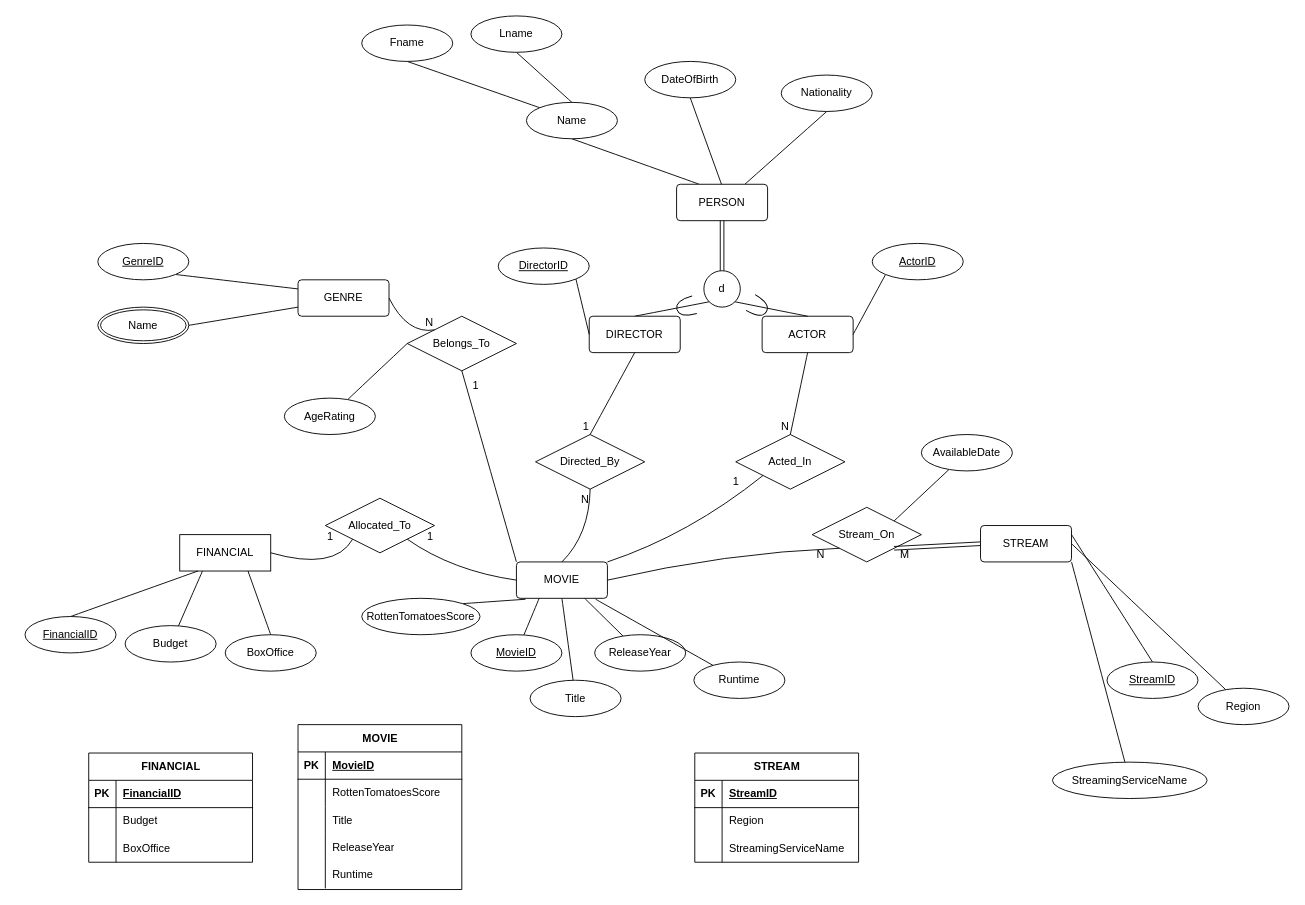
Before: MovieBaseEER.drawio in miguelTrC/MovieBaseDB, a draw.io diagram. Source tidied: cells renumbered, new cells numbered last; positions are measured from the earlier drawing's top-left corner, leaving out a move shared by most shapes. Both pictures are drawn from the tidied source at 91%, with x=0, y=0 at pixel (25, 15).
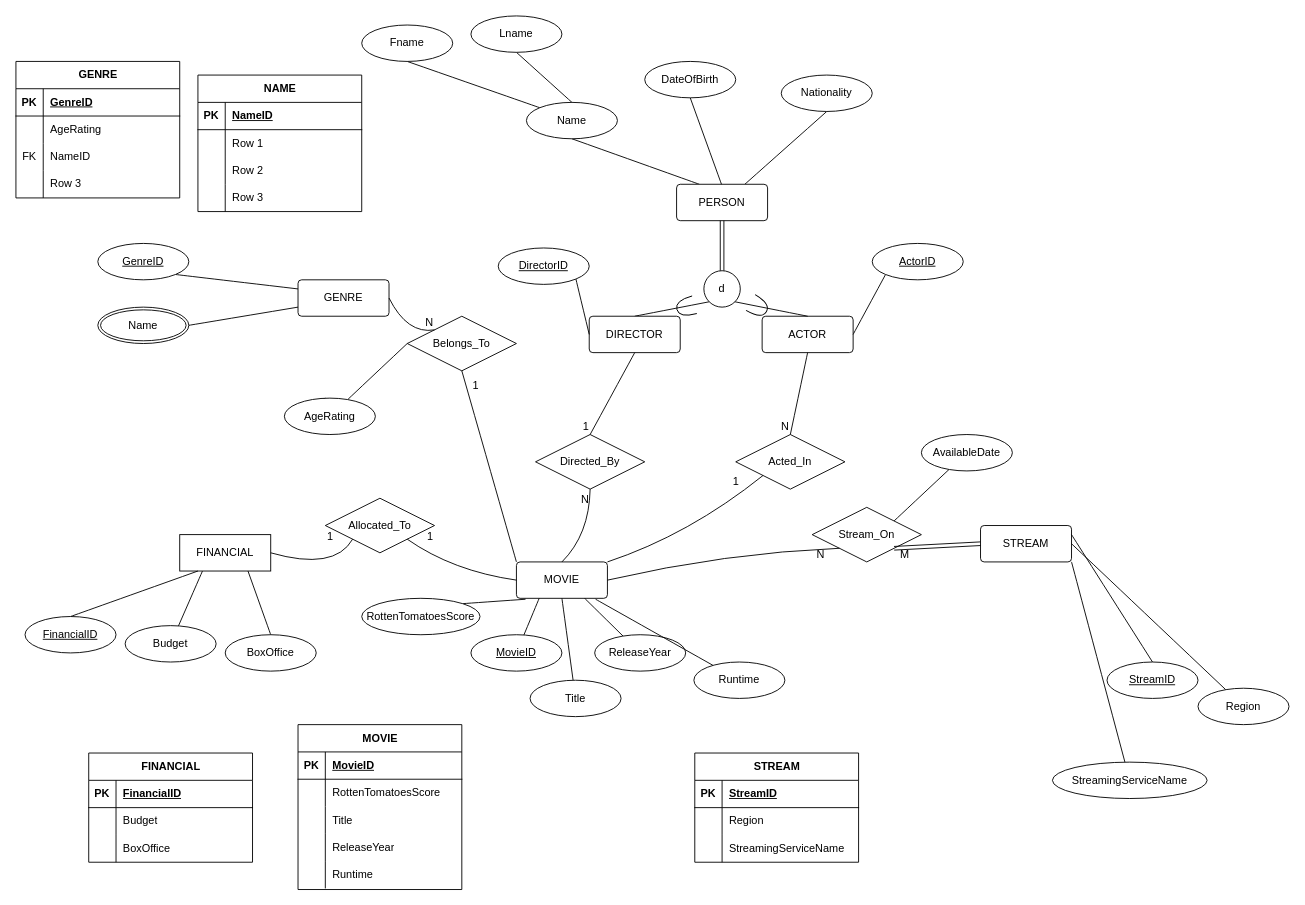
The same page after the edit.

Commit message:
Working on relational table

Change to the diagram source:
```diff
@@
+    <mxCell id="122" value="GENRE" style="shape=table;startSize=30;childLayout=tableLayout;rowLines=0;fontStyle=1;align=center;html=1;" parent="1" vertex="1">
+      <mxGeometry x="-10" y="50" width="180" height="150" as="geometry" />
+    </mxCell>
+    <mxCell id="123" style="shape=tableRow;horizontal=0;startSize=0;swimlaneHead=0;swimlaneBody=0;fillColor=none;top=0;left=0;right=0;bottom=1;" parent="122" vertex="1">
+      <mxGeometry y="30" width="180" height="30" as="geometry" />
+    </mxCell>
+    <mxCell id="124" value="PK" style="shape=partialRectangle;fillColor=none;top=0;left=0;bottom=0;right=0;fontStyle=1;overflow=hidden;whiteSpace=wrap;html=1;" parent="123" vertex="1">
+      <mxGeometry width="30" height="30" as="geometry" />
+    </mxCell>
+    <mxCell id="125" value="GenreID" style="shape=partialRectangle;fillColor=none;top=0;left=0;bottom=0;right=0;align=left;spacingLeft=6;fontStyle=5;overflow=hidden;whiteSpace=wrap;html=1;" parent="123" vertex="1">
+      <mxGeometry x="30" width="150" height="30" as="geometry" />
+    </mxCell>
+    <mxCell id="126" style="shape=tableRow;horizontal=0;startSize=0;swimlaneHead=0;swimlaneBody=0;fillColor=none;top=0;left=0;right=0;bottom=0;" parent="122" vertex="1">
+      <mxGeometry y="60" width="180" height="30" as="geometry" />
+    </mxCell>
+    <mxCell id="127" style="shape=partialRectangle;fillColor=none;top=0;left=0;bottom=0;right=0;overflow=hidden;whiteSpace=wrap;html=1;" parent="126" vertex="1">
+      <mxGeometry width="30" height="30" as="geometry" />
+    </mxCell>
+    <mxCell id="128" value="AgeRating" style="shape=partialRectangle;fillColor=none;top=0;left=0;bottom=0;right=0;align=left;spacingLeft=6;overflow=hidden;whiteSpace=wrap;html=1;" parent="126" vertex="1">
+      <mxGeometry x="30" width="150" height="30" as="geometry" />
+    </mxCell>
+    <mxCell id="129" style="shape=tableRow;horizontal=0;startSize=0;swimlaneHead=0;swimlaneBody=0;fillColor=none;top=0;left=0;right=0;bottom=0;" parent="122" vertex="1">
+      <mxGeometry y="90" width="180" height="30" as="geometry" />
+    </mxCell>
+    <mxCell id="130" value="FK" style="shape=partialRectangle;fillColor=none;top=0;left=0;bottom=0;right=0;overflow=hidden;whiteSpace=wrap;html=1;" parent="129" vertex="1">
+      <mxGeometry width="30" height="30" as="geometry" />
+    </mxCell>
+    <mxCell id="131" value="NameID" style="shape=partialRectangle;fillColor=none;top=0;left=0;bottom=0;right=0;align=left;spacingLeft=6;overflow=hidden;whiteSpace=wrap;html=1;" parent="129" vertex="1">
+      <mxGeometry x="30" width="150" height="30" as="geometry" />
+    </mxCell>
+    <mxCell id="132" style="shape=tableRow;horizontal=0;startSize=0;swimlaneHead=0;swimlaneBody=0;fillColor=none;top=0;left=0;right=0;bottom=0;" parent="122" vertex="1">
+      <mxGeometry y="120" width="180" height="30" as="geometry" />
+    </mxCell>
+    <mxCell id="133" style="shape=partialRectangle;fillColor=none;top=0;left=0;bottom=0;right=0;overflow=hidden;whiteSpace=wrap;html=1;" parent="132" vertex="1">
+      <mxGeometry width="30" height="30" as="geometry" />
+    </mxCell>
+    <mxCell id="134" value="Row 3" style="shape=partialRectangle;fillColor=none;top=0;left=0;bottom=0;right=0;align=left;spacingLeft=6;overflow=hidden;whiteSpace=wrap;html=1;" parent="132" vertex="1">
+      <mxGeometry x="30" width="150" height="30" as="geometry" />
+    </mxCell>
+    <mxCell id="135" value="NAME" style="shape=table;startSize=30;childLayout=tableLayout;rowLines=0;fontStyle=1;align=center;html=1;" parent="1" vertex="1">
+      <mxGeometry x="190" y="65" width="180" height="150" as="geometry" />
+    </mxCell>
+    <mxCell id="136" style="shape=tableRow;horizontal=0;startSize=0;swimlaneHead=0;swimlaneBody=0;fillColor=none;top=0;left=0;right=0;bottom=1;" parent="135" vertex="1">
+      <mxGeometry y="30" width="180" height="30" as="geometry" />
+    </mxCell>
+    <mxCell id="137" value="PK" style="shape=partialRectangle;fillColor=none;top=0;left=0;bottom=0;right=0;fontStyle=1;overflow=hidden;whiteSpace=wrap;html=1;" parent="136" vertex="1">
+      <mxGeometry width="30" height="30" as="geometry" />
+    </mxCell>
+    <mxCell id="138" value="NameID" style="shape=partialRectangle;fillColor=none;top=0;left=0;bottom=0;right=0;align=left;spacingLeft=6;fontStyle=5;overflow=hidden;whiteSpace=wrap;html=1;" parent="136" vertex="1">
+      <mxGeometry x="30" width="150" height="30" as="geometry" />
+    </mxCell>
+    <mxCell id="139" style="shape=tableRow;horizontal=0;startSize=0;swimlaneHead=0;swimlaneBody=0;fillColor=none;top=0;left=0;right=0;bottom=0;" parent="135" vertex="1">
+      <mxGeometry y="60" width="180" height="30" as="geometry" />
+    </mxCell>
+    <mxCell id="140" style="shape=partialRectangle;fillColor=none;top=0;left=0;bottom=0;right=0;overflow=hidden;whiteSpace=wrap;html=1;" parent="139" vertex="1">
+      <mxGeometry width="30" height="30" as="geometry" />
+    </mxCell>
+    <mxCell id="141" value="Row 1" style="shape=partialRectangle;fillColor=none;top=0;left=0;bottom=0;right=0;align=left;spacingLeft=6;overflow=hidden;whiteSpace=wrap;html=1;" parent="139" vertex="1">
+      <mxGeometry x="30" width="150" height="30" as="geometry" />
+    </mxCell>
+    <mxCell id="142" style="shape=tableRow;horizontal=0;startSize=0;swimlaneHead=0;swimlaneBody=0;fillColor=none;top=0;left=0;right=0;bottom=0;" parent="135" vertex="1">
+      <mxGeometry y="90" width="180" height="30" as="geometry" />
+    </mxCell>
+    <mxCell id="143" style="shape=partialRectangle;fillColor=none;top=0;left=0;bottom=0;right=0;overflow=hidden;whiteSpace=wrap;html=1;" parent="142" vertex="1">
+      <mxGeometry width="30" height="30" as="geometry" />
+    </mxCell>
+    <mxCell id="144" value="Row 2" style="shape=partialRectangle;fillColor=none;top=0;left=0;bottom=0;right=0;align=left;spacingLeft=6;overflow=hidden;whiteSpace=wrap;html=1;" parent="142" vertex="1">
+      <mxGeometry x="30" width="150" height="30" as="geometry" />
+    </mxCell>
+    <mxCell id="145" style="shape=tableRow;horizontal=0;startSize=0;swimlaneHead=0;swimlaneBody=0;fillColor=none;top=0;left=0;right=0;bottom=0;" parent="135" vertex="1">
+      <mxGeometry y="120" width="180" height="30" as="geometry" />
+    </mxCell>
+    <mxCell id="146" style="shape=partialRectangle;fillColor=none;top=0;left=0;bottom=0;right=0;overflow=hidden;whiteSpace=wrap;html=1;" parent="145" vertex="1">
+      <mxGeometry width="30" height="30" as="geometry" />
+    </mxCell>
+    <mxCell id="147" value="Row 3" style="shape=partialRectangle;fillColor=none;top=0;left=0;bottom=0;right=0;align=left;spacingLeft=6;overflow=hidden;whiteSpace=wrap;html=1;" parent="145" vertex="1">
+      <mxGeometry x="30" width="150" height="30" as="geometry" />
+    </mxCell>
```
